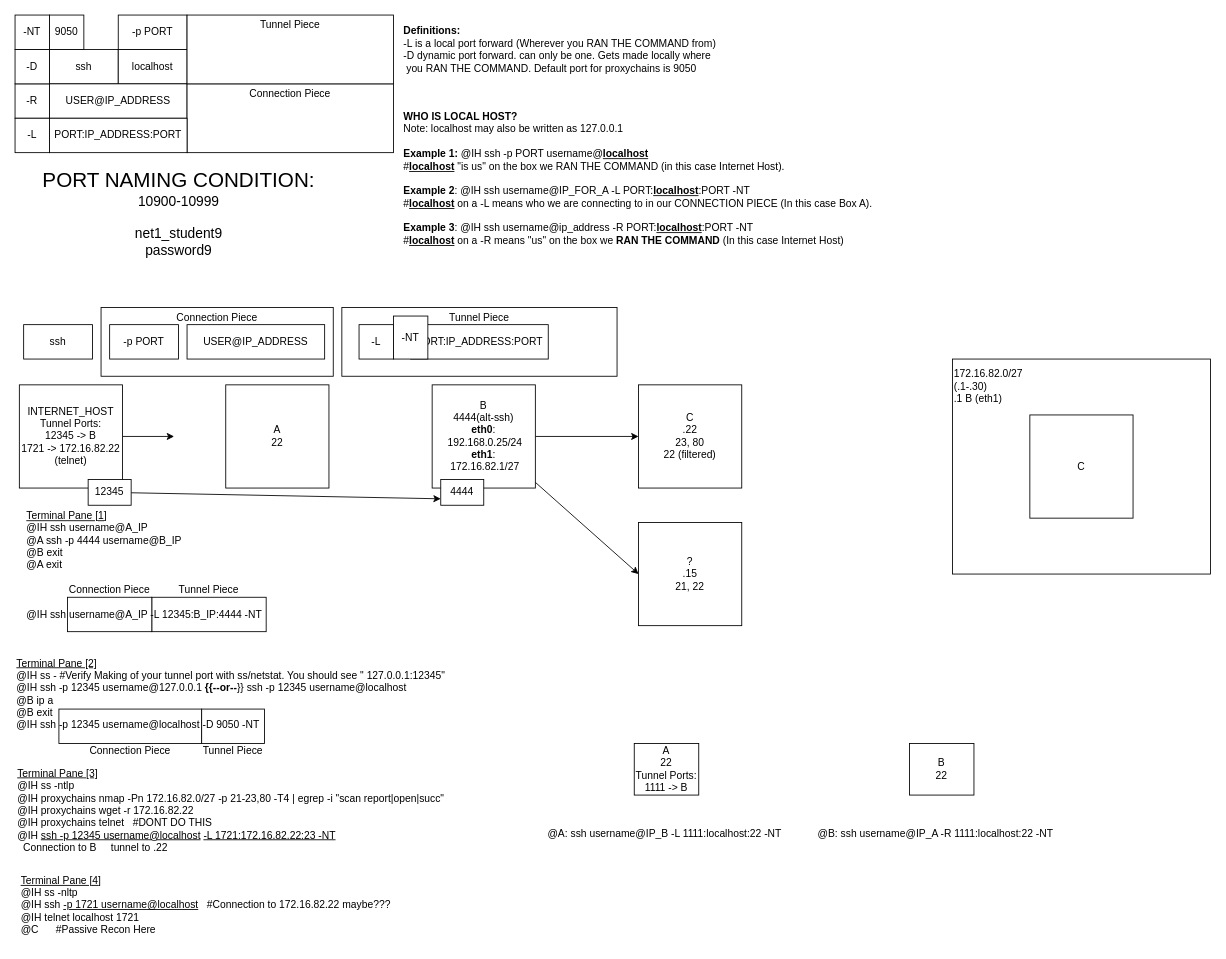
LukeaBrown/COSC keeps this draw.io diagram as page "SHH Tunneling" (2 of 4) of Networking/Day 5/Untitled Diagram.drawio. Above is the earlier version. Source tidied: cells renumbered, new cells numbered last; positions are measured from the earlier drawing's top-left corner, leaving out a move shared by most shapes. Both pictures are drawn from the tidied source at 86%, with x=0, y=0 at pixel (15, 15).
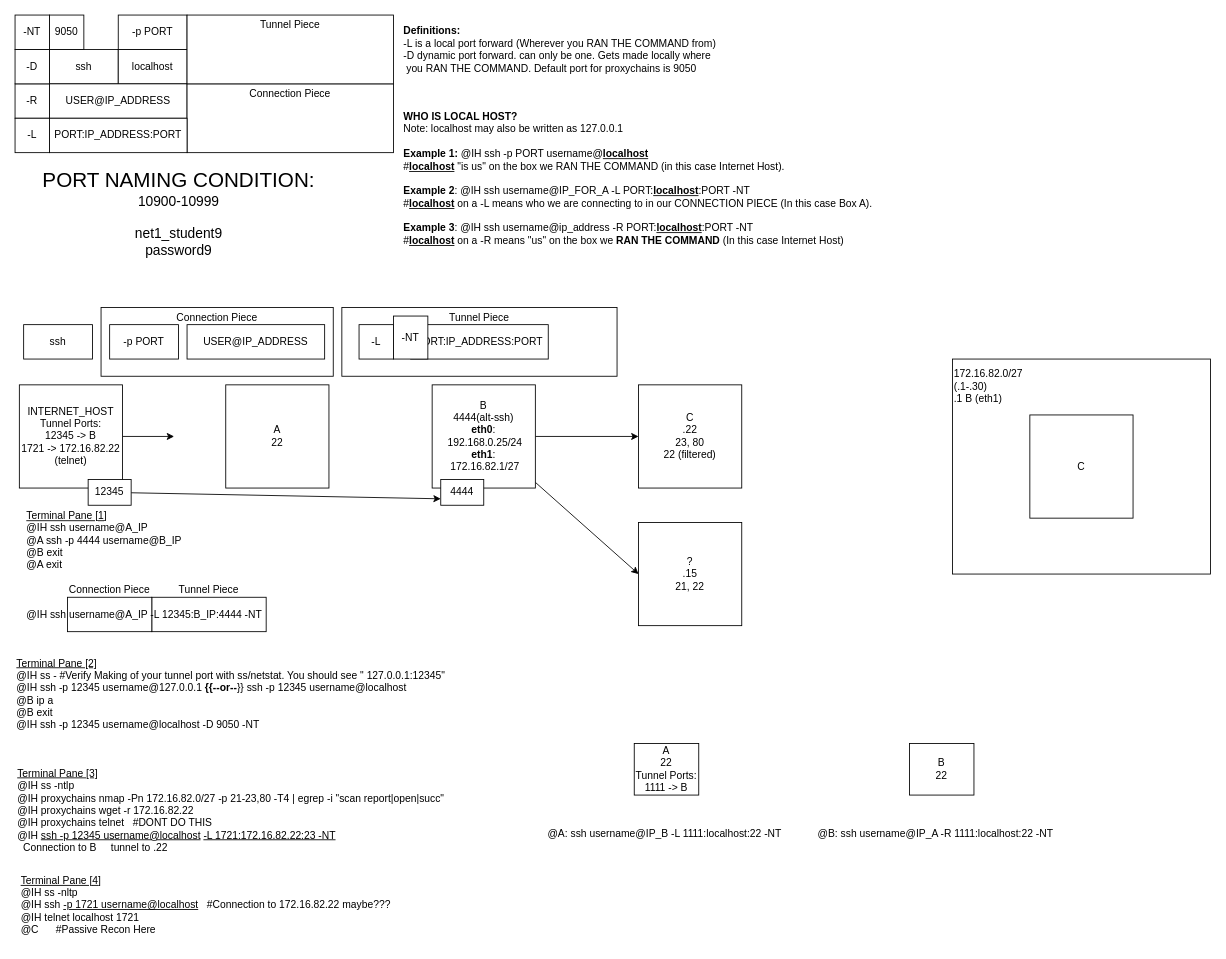
The same page after the edit.

Diff of the diagram source:
```diff
@@
-    <mxCell id="2" value="&lt;div&gt;&lt;br&gt;&lt;/div&gt;&lt;div&gt;&lt;br&gt;&lt;/div&gt;&lt;div&gt;&lt;br&gt;&lt;/div&gt;&lt;div&gt;&lt;br&gt;&lt;/div&gt;&lt;div&gt;Connection Piece&lt;/div&gt;" style="whiteSpace=wrap;html=1;rounded=0;labelBackgroundColor=none;" parent="1" vertex="1">
-      <mxGeometry x="51" y="807" width="166" height="40" as="geometry" />
-    </mxCell>
-    <mxCell id="3" value="&lt;div&gt;&lt;br&gt;&lt;/div&gt;&lt;div&gt;&lt;br&gt;&lt;/div&gt;&lt;div&gt;&lt;br&gt;&lt;/div&gt;&lt;div&gt;&lt;br&gt;&lt;/div&gt;&lt;div&gt;Tunnel Piece&lt;/div&gt;" style="whiteSpace=wrap;html=1;rounded=0;labelBackgroundColor=none;" parent="1" vertex="1">
-      <mxGeometry x="217" y="807" width="73" height="40" as="geometry" />
-    </mxCell>
```
